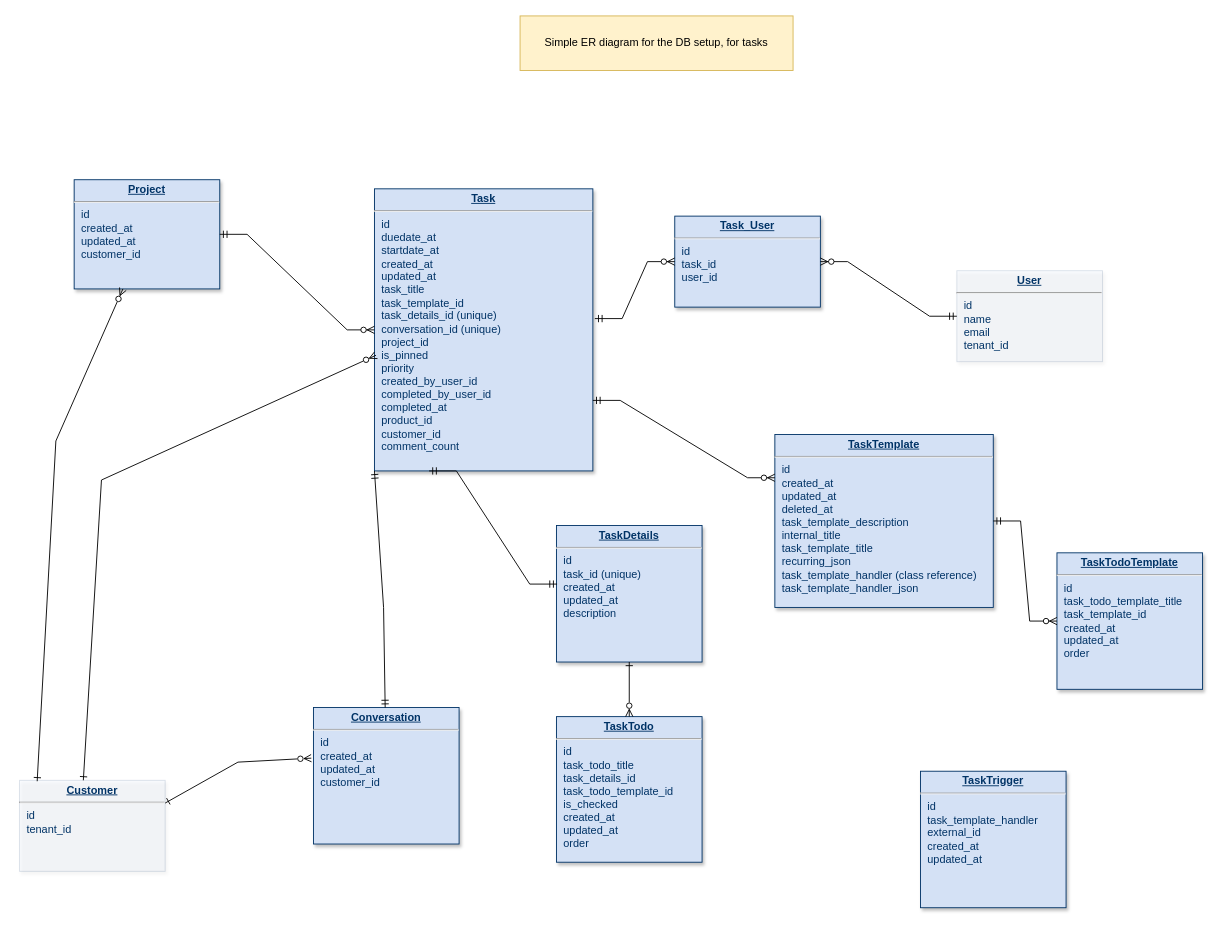
The draw.io diagram tasks.drawio in sanderha/diagrams-repo, before the edit. Source tidied: cells renumbered, new cells numbered last; positions are measured from the earlier drawing's top-left corner, leaving out a move shared by most shapes. Both pictures are drawn from the tidied source at 91%, with x=0, y=0 at pixel (19, 15).
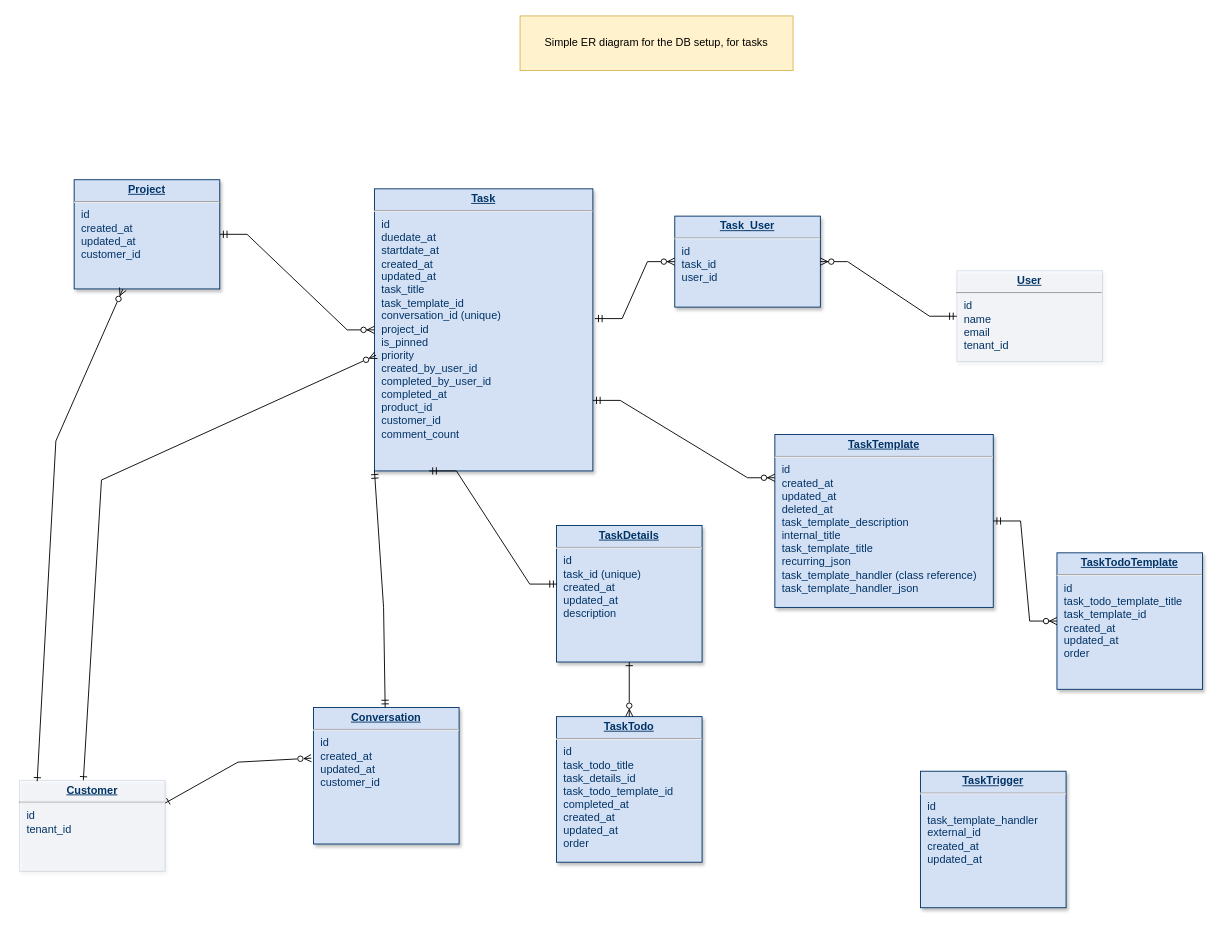
The same diagram, later.

Change to the diagram source:
```diff
@@
-    <mxCell id="3" value="&lt;p style=&quot;margin: 0px ; margin-top: 4px ; text-align: center ; text-decoration: underline&quot;&gt;&lt;strong&gt;Task&lt;/strong&gt;&lt;/p&gt;&lt;hr&gt;&lt;p style=&quot;margin: 0px ; margin-left: 8px&quot;&gt;id&lt;/p&gt;&lt;p style=&quot;margin: 0px ; margin-left: 8px&quot;&gt;duedate_at&lt;/p&gt;&lt;p style=&quot;margin: 0px ; margin-left: 8px&quot;&gt;startdate_at&lt;/p&gt;&lt;p style=&quot;margin: 0px ; margin-left: 8px&quot;&gt;created_at&lt;/p&gt;&lt;p style=&quot;margin: 0px ; margin-left: 8px&quot;&gt;updated_at&lt;br&gt;&lt;/p&gt;&lt;p style=&quot;margin: 0px ; margin-left: 8px&quot;&gt;task_title&lt;/p&gt;&lt;p style=&quot;margin: 0px ; margin-left: 8px&quot;&gt;task_template_id&lt;/p&gt;&lt;p style=&quot;margin: 0px ; margin-left: 8px&quot;&gt;task_details_id (unique)&lt;br&gt;&lt;/p&gt;&lt;p style=&quot;margin: 0px ; margin-left: 8px&quot;&gt;conversation_id (unique)&lt;/p&gt;&lt;p style=&quot;margin: 0px ; margin-left: 8px&quot;&gt;project_id&lt;br&gt;&lt;/p&gt;&lt;p style=&quot;margin: 0px ; margin-left: 8px&quot;&gt;is_pinned&lt;/p&gt;&lt;p style=&quot;margin: 0px ; margin-left: 8px&quot;&gt;priority&lt;br&gt;&lt;/p&gt;&lt;p style=&quot;margin: 0px ; margin-left: 8px&quot;&gt;created_by_user_id&lt;/p&gt;&lt;p style=&quot;margin: 0px ; margin-left: 8px&quot;&gt;completed_by_user_id&lt;/p&gt;&lt;p style=&quot;margin: 0px ; margin-left: 8px&quot;&gt;completed_at&lt;/p&gt;&lt;p style=&quot;margin: 0px ; margin-left: 8px&quot;&gt;product_id&lt;/p&gt;&lt;p style=&quot;margin: 0px ; margin-left: 8px&quot;&gt;customer_id&lt;/p&gt;&lt;p style=&quot;margin: 0px ; margin-left: 8px&quot;&gt;comment_count&lt;br&gt;&lt;/p&gt;" style="verticalAlign=top;align=left;overflow=fill;fontSize=12;fontFamily=Helvetica;html=1;strokeColor=#003366;shadow=1;fillColor=#D4E1F5;fontColor=#003366;" parent="1" vertex="1">
+    <mxCell id="3" value="&lt;p style=&quot;margin: 0px ; margin-top: 4px ; text-align: center ; text-decoration: underline&quot;&gt;&lt;strong&gt;Task&lt;/strong&gt;&lt;/p&gt;&lt;hr&gt;&lt;p style=&quot;margin: 0px ; margin-left: 8px&quot;&gt;id&lt;/p&gt;&lt;p style=&quot;margin: 0px ; margin-left: 8px&quot;&gt;duedate_at&lt;/p&gt;&lt;p style=&quot;margin: 0px ; margin-left: 8px&quot;&gt;startdate_at&lt;/p&gt;&lt;p style=&quot;margin: 0px ; margin-left: 8px&quot;&gt;created_at&lt;/p&gt;&lt;p style=&quot;margin: 0px ; margin-left: 8px&quot;&gt;updated_at&lt;br&gt;&lt;/p&gt;&lt;p style=&quot;margin: 0px ; margin-left: 8px&quot;&gt;task_title&lt;/p&gt;&lt;p style=&quot;margin: 0px ; margin-left: 8px&quot;&gt;task_template_id&lt;/p&gt;&lt;p style=&quot;margin: 0px ; margin-left: 8px&quot;&gt;conversation_id (unique)&lt;/p&gt;&lt;p style=&quot;margin: 0px ; margin-left: 8px&quot;&gt;project_id&lt;br&gt;&lt;/p&gt;&lt;p style=&quot;margin: 0px ; margin-left: 8px&quot;&gt;is_pinned&lt;/p&gt;&lt;p style=&quot;margin: 0px ; margin-left: 8px&quot;&gt;priority&lt;br&gt;&lt;/p&gt;&lt;p style=&quot;margin: 0px ; margin-left: 8px&quot;&gt;created_by_user_id&lt;/p&gt;&lt;p style=&quot;margin: 0px ; margin-left: 8px&quot;&gt;completed_by_user_id&lt;/p&gt;&lt;p style=&quot;margin: 0px ; margin-left: 8px&quot;&gt;completed_at&lt;/p&gt;&lt;p style=&quot;margin: 0px ; margin-left: 8px&quot;&gt;product_id&lt;/p&gt;&lt;p style=&quot;margin: 0px ; margin-left: 8px&quot;&gt;customer_id&lt;/p&gt;&lt;p style=&quot;margin: 0px ; margin-left: 8px&quot;&gt;comment_count&lt;br&gt;&lt;/p&gt;" style="verticalAlign=top;align=left;overflow=fill;fontSize=12;fontFamily=Helvetica;html=1;strokeColor=#003366;shadow=1;fillColor=#D4E1F5;fontColor=#003366;" parent="1" vertex="1">
       <mxGeometry x="390" y="190" width="240" height="310" as="geometry" />
     </mxCell>
@@
-    <mxCell id="5" value="&lt;p style=&quot;margin: 0px ; margin-top: 4px ; text-align: center ; text-decoration: underline&quot;&gt;&lt;strong&gt;TaskTodo&lt;/strong&gt;&lt;/p&gt;&lt;hr&gt;&lt;p style=&quot;margin: 0px ; margin-left: 8px&quot;&gt;id&lt;/p&gt;&lt;p style=&quot;margin: 0px ; margin-left: 8px&quot;&gt;task_todo_title&lt;/p&gt;&lt;p style=&quot;margin: 0px ; margin-left: 8px&quot;&gt;task_details_id&lt;/p&gt;&lt;p style=&quot;margin: 0px ; margin-left: 8px&quot;&gt;task_todo_template_id&lt;br&gt;&lt;/p&gt;&lt;p style=&quot;margin: 0px ; margin-left: 8px&quot;&gt;is_checked&lt;/p&gt;&lt;p style=&quot;margin: 0px ; margin-left: 8px&quot;&gt;created_at&lt;/p&gt;&lt;p style=&quot;margin: 0px ; margin-left: 8px&quot;&gt;updated_at&lt;/p&gt;&lt;p style=&quot;margin: 0px ; margin-left: 8px&quot;&gt;order&lt;br&gt;&lt;/p&gt;" style="verticalAlign=top;align=left;overflow=fill;fontSize=12;fontFamily=Helvetica;html=1;strokeColor=#003366;shadow=1;fillColor=#D4E1F5;fontColor=#003366;" parent="1" vertex="1">
+    <mxCell id="5" value="&lt;p style=&quot;margin: 0px ; margin-top: 4px ; text-align: center ; text-decoration: underline&quot;&gt;&lt;strong&gt;TaskTodo&lt;/strong&gt;&lt;/p&gt;&lt;hr&gt;&lt;p style=&quot;margin: 0px ; margin-left: 8px&quot;&gt;id&lt;/p&gt;&lt;p style=&quot;margin: 0px ; margin-left: 8px&quot;&gt;task_todo_title&lt;/p&gt;&lt;p style=&quot;margin: 0px ; margin-left: 8px&quot;&gt;task_details_id&lt;/p&gt;&lt;p style=&quot;margin: 0px ; margin-left: 8px&quot;&gt;task_todo_template_id&lt;br&gt;&lt;/p&gt;&lt;p style=&quot;margin: 0px ; margin-left: 8px&quot;&gt;completed_at&lt;br&gt;&lt;/p&gt;&lt;p style=&quot;margin: 0px ; margin-left: 8px&quot;&gt;created_at&lt;/p&gt;&lt;p style=&quot;margin: 0px ; margin-left: 8px&quot;&gt;updated_at&lt;/p&gt;&lt;p style=&quot;margin: 0px ; margin-left: 8px&quot;&gt;order&lt;br&gt;&lt;/p&gt;" style="verticalAlign=top;align=left;overflow=fill;fontSize=12;fontFamily=Helvetica;html=1;strokeColor=#003366;shadow=1;fillColor=#D4E1F5;fontColor=#003366;" parent="1" vertex="1">
       <mxGeometry x="590" y="770" width="160" height="160" as="geometry" />
     </mxCell>
```
